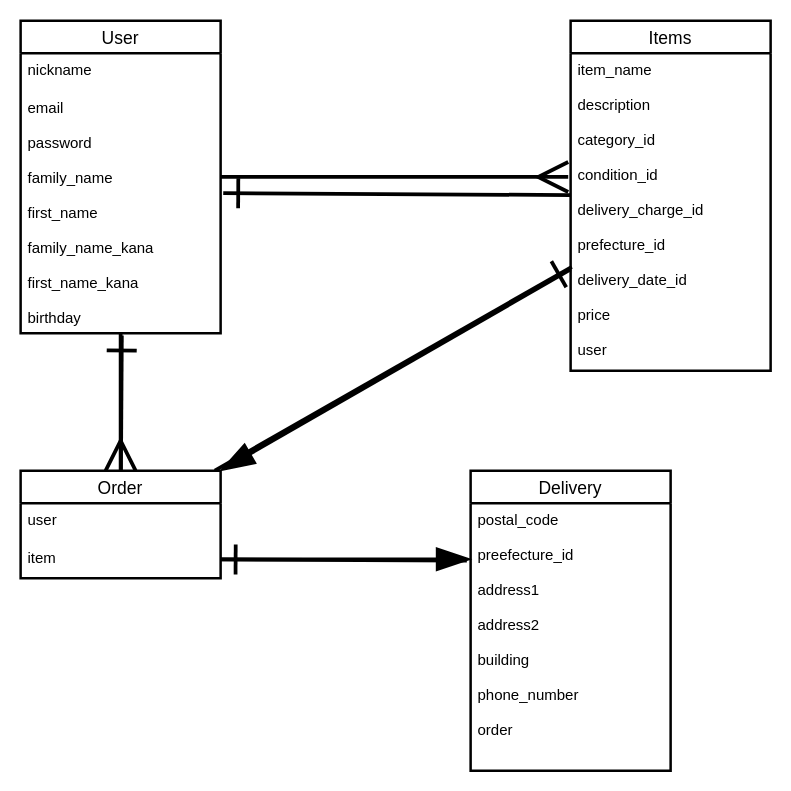
Above: sample.dio in t08mac23/furima-38766 (draw.io), before the change. Source tidied: cells renumbered, new cells numbered last; positions are measured from the earlier drawing's top-left corner, leaving out a move shared by most shapes. Both pictures are drawn from the tidied source at 125%, with x=0, y=0 at pixel (20, 20).
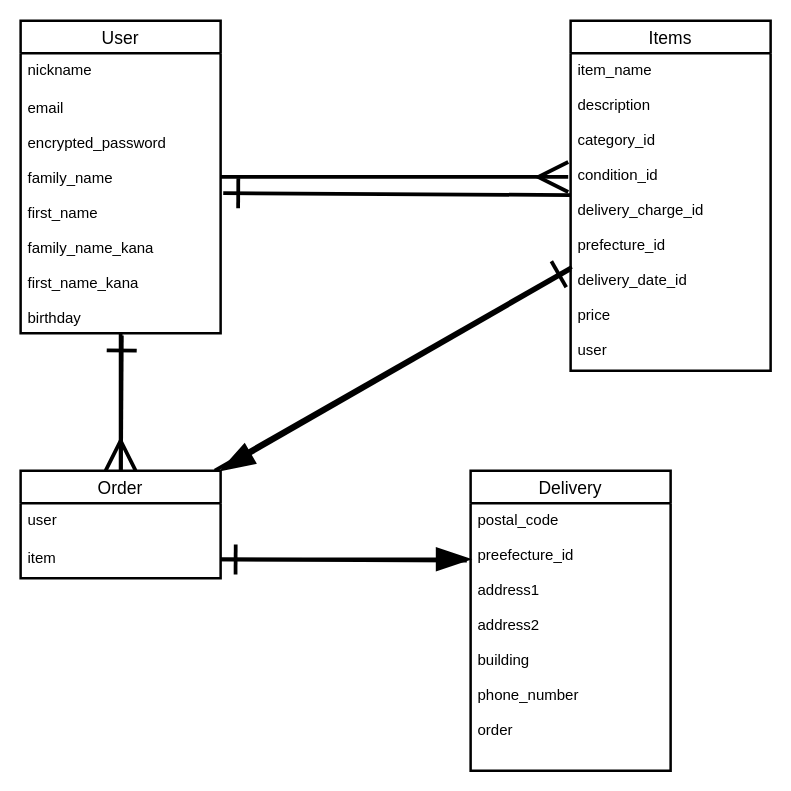
The same page after the edit.

Diff of the diagram source:
```diff
@@
 <mxGraphModel>
   <root>
     <mxCell id="0" />
     <mxCell id="1" parent="0" />
     <mxCell id="2" style="edgeStyle=none;rounded=1;html=1;entryX=-0.012;entryY=0.39;entryDx=0;entryDy=0;entryPerimeter=0;endArrow=ERmany;endFill=0;startSize=3;endSize=20;targetPerimeterSpacing=0;strokeWidth=3;" parent="1" edge="1" source="3" target="8">
       <mxGeometry relative="1" as="geometry" />
     </mxCell>
     <mxCell id="3" value="User" style="swimlane;fontStyle=0;horizontal=1;startSize=26;align=center;fontSize=14;strokeWidth=2;" parent="1" vertex="1">
       <mxGeometry width="160" height="250" as="geometry" />
     </mxCell>
     <mxCell id="4" value="nickname&#10;&#10;" style="text;strokeColor=none;fillColor=none;spacingLeft=4;spacingRight=4;overflow=hidden;fontSize=12;" parent="3" vertex="1">
       <mxGeometry y="26" width="160" height="30" as="geometry" />
     </mxCell>
-    <mxCell id="5" value="email&#10;&#10;password&#10;&#10;family_name&#10;&#10;first_name&#10;&#10;family_name_kana&#10;&#10;first_name_kana&#10;&#10;birthday&#10;&#10;" style="text;strokeColor=none;fillColor=none;spacingLeft=4;spacingRight=4;overflow=hidden;points=[[0,0.5],[1,0.5]];portConstraint=eastwest;fontSize=12;" parent="3" vertex="1">
+    <mxCell id="5" value="email&#10;&#10;encrypted_password&#10;&#10;family_name&#10;&#10;first_name&#10;&#10;family_name_kana&#10;&#10;first_name_kana&#10;&#10;birthday&#10;&#10;" style="text;strokeColor=none;fillColor=none;spacingLeft=4;spacingRight=4;overflow=hidden;points=[[0,0.5],[1,0.5]];portConstraint=eastwest;fontSize=12;" parent="3" vertex="1">
       <mxGeometry y="56" width="160" height="194" as="geometry" />
     </mxCell>
     <mxCell id="6" style="edgeStyle=none;rounded=1;html=1;entryX=1.013;entryY=0.423;entryDx=0;entryDy=0;entryPerimeter=0;endArrow=ERone;endFill=0;startSize=3;endSize=20;targetPerimeterSpacing=0;strokeWidth=3;" parent="1" edge="1" source="7" target="5">
       <mxGeometry relative="1" as="geometry" />
     </mxCell>
     <mxCell id="7" value="Items" style="swimlane;fontStyle=0;horizontal=1;startSize=26;align=center;fontSize=14;strokeWidth=2;" parent="1" vertex="1">
       <mxGeometry x="440" width="160" height="280" as="geometry" />
     </mxCell>
     <mxCell id="8" value="item_name&#10;&#10;description&#10;&#10;category_id&#10;&#10;condition_id&#10;&#10;delivery_charge_id&#10;&#10;prefecture_id&#10;&#10;delivery_date_id&#10;&#10;price&#10;&#10;user" style="text;strokeColor=none;fillColor=none;spacingLeft=4;spacingRight=4;overflow=hidden;points=[[0,0.5],[1,0.5]];portConstraint=eastwest;fontSize=12;" parent="7" vertex="1">
       <mxGeometry y="26" width="160" height="254" as="geometry" />
     </mxCell>
     <mxCell id="9" style="edgeStyle=none;rounded=1;html=1;endArrow=ERone;endFill=0;startSize=3;endSize=20;targetPerimeterSpacing=0;strokeWidth=3;entryX=0.006;entryY=0.673;entryDx=0;entryDy=0;entryPerimeter=0;" parent="1" edge="1" source="11" target="8">
       <mxGeometry relative="1" as="geometry" />
     </mxCell>
     <mxCell id="10" style="edgeStyle=none;rounded=1;html=1;entryX=0.506;entryY=1.01;entryDx=0;entryDy=0;entryPerimeter=0;endArrow=ERone;endFill=0;startSize=3;endSize=20;targetPerimeterSpacing=0;strokeWidth=3;" parent="1" edge="1" source="11" target="5">
       <mxGeometry relative="1" as="geometry" />
     </mxCell>
     <mxCell id="11" value="Order" style="swimlane;fontStyle=0;horizontal=1;startSize=26;align=center;fontSize=14;strokeWidth=2;" parent="1" vertex="1">
       <mxGeometry y="360" width="160" height="86" as="geometry" />
     </mxCell>
     <mxCell id="12" value="user" style="text;strokeColor=none;fillColor=none;spacingLeft=4;spacingRight=4;overflow=hidden;fontSize=12;" parent="11" vertex="1">
       <mxGeometry y="26" width="160" height="30" as="geometry" />
     </mxCell>
     <mxCell id="13" value="item" style="text;strokeColor=none;fillColor=none;spacingLeft=4;spacingRight=4;overflow=hidden;points=[[0,0.5],[1,0.5]];portConstraint=eastwest;fontSize=12;" parent="11" vertex="1">
       <mxGeometry y="56" width="160" height="30" as="geometry" />
     </mxCell>
     <mxCell id="14" value="Delivery" style="swimlane;fontStyle=0;horizontal=1;startSize=26;align=center;fontSize=14;strokeWidth=2;" parent="1" vertex="1">
       <mxGeometry x="360" y="360" width="160" height="240" as="geometry" />
     </mxCell>
     <mxCell id="15" value="postal_code&#10;&#10;preefecture_id&#10;&#10;address1&#10;&#10;address2&#10;&#10;building&#10;&#10;phone_number&#10;&#10;order" style="text;strokeColor=none;fillColor=none;spacingLeft=4;spacingRight=4;overflow=hidden;points=[[0,0.5],[1,0.5]];portConstraint=eastwest;fontSize=12;" parent="14" vertex="1">
       <mxGeometry y="26" width="160" height="214" as="geometry" />
     </mxCell>
     <mxCell id="16" style="edgeStyle=none;rounded=1;html=1;entryX=0;entryY=0.21;entryDx=0;entryDy=0;entryPerimeter=0;endArrow=blockThin;endFill=1;startSize=3;endSize=20;targetPerimeterSpacing=0;strokeWidth=3;" parent="1" edge="1" source="13" target="15">
       <mxGeometry relative="1" as="geometry" />
     </mxCell>
     <mxCell id="17" style="edgeStyle=none;rounded=1;html=1;entryX=1;entryY=0.5;entryDx=0;entryDy=0;endArrow=ERone;endFill=0;startSize=3;endSize=20;targetPerimeterSpacing=0;strokeWidth=3;exitX=-0.019;exitY=0.215;exitDx=0;exitDy=0;exitPerimeter=0;" parent="1" edge="1" source="15" target="13">
       <mxGeometry relative="1" as="geometry" />
     </mxCell>
     <mxCell id="18" style="edgeStyle=none;rounded=1;html=1;endArrow=ERmany;endFill=0;startSize=3;endSize=20;targetPerimeterSpacing=0;strokeWidth=3;" parent="1" edge="1" source="5" target="11">
       <mxGeometry relative="1" as="geometry" />
     </mxCell>
     <mxCell id="19" style="edgeStyle=none;rounded=1;html=1;entryX=1;entryY=0;entryDx=0;entryDy=0;endArrow=blockThin;endFill=1;startSize=3;endSize=20;targetPerimeterSpacing=0;strokeWidth=3;" parent="1" edge="1" source="8" target="11">
       <mxGeometry relative="1" as="geometry" />
     </mxCell>
   </root>
 </mxGraphModel>
```
